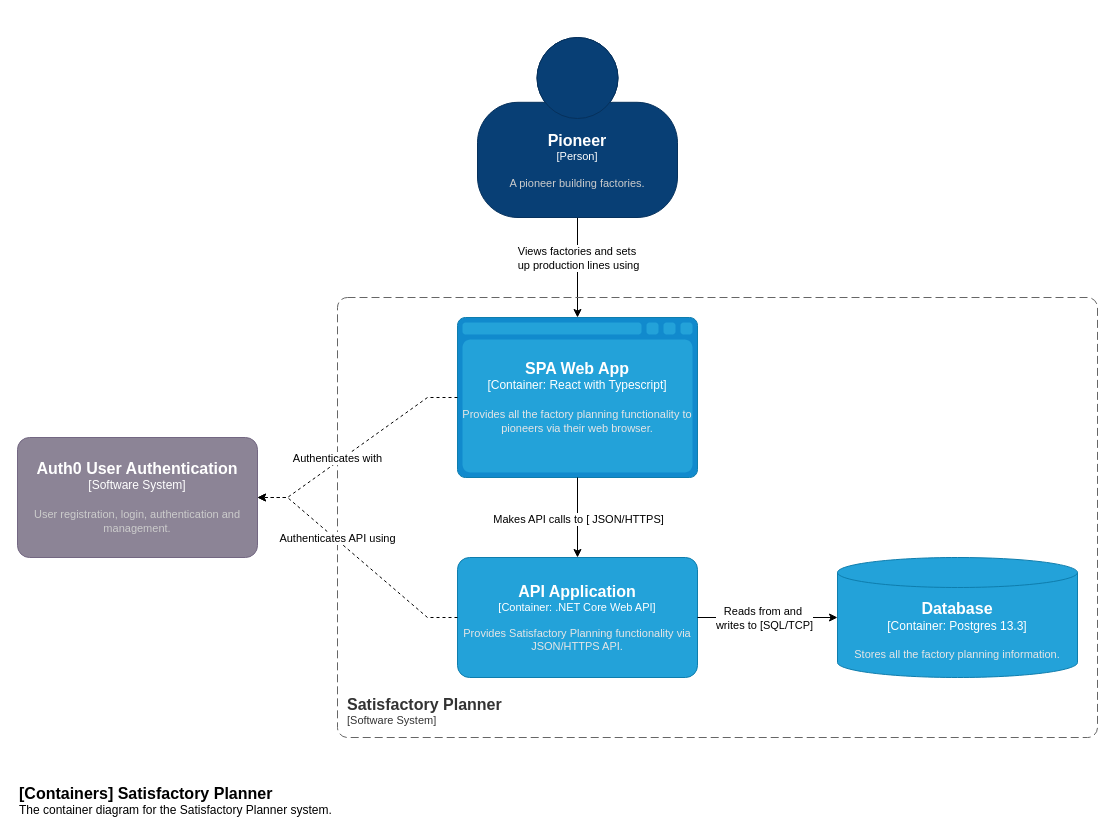
The draw.io diagram docs/C2 SatisfactoryPlannerContainer.drawio in Bwaffles/SatisfactoryPlanner, before the edit. Source tidied: cells renumbered, new cells numbered last; positions are measured from the earlier drawing's top-left corner, leaving out a move shared by most shapes. Both pictures are drawn from the tidied source at 100%, with x=0, y=0 at pixel (17, 37).
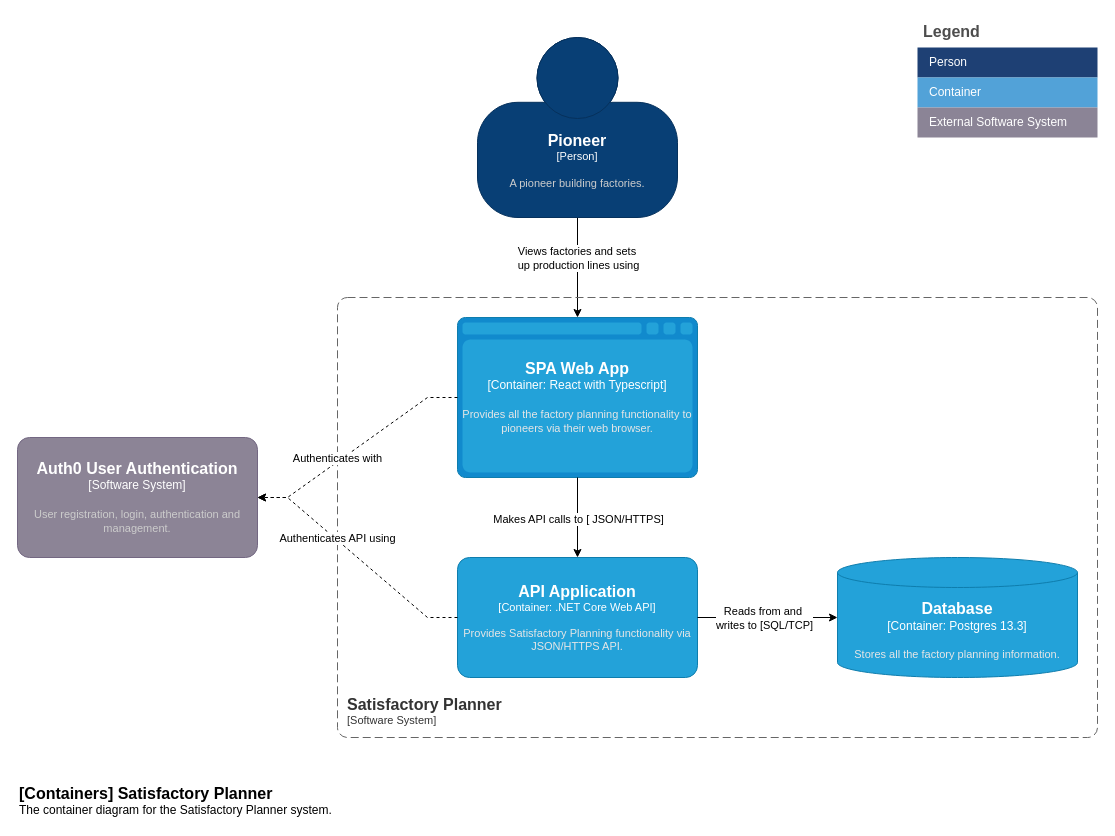
After the change.

What changed in the source:
```diff
@@
+    <mxCell id="19" value="Legend" style="shape=table;startSize=30;childLayout=tableLayout;fontSize=16;align=left;verticalAlign=top;fillColor=none;strokeColor=none;fontColor=#4D4D4D;fontStyle=1;spacingLeft=6;spacing=0;" parent="1" vertex="1">
+      <mxGeometry x="900" y="-20" width="180" height="120" as="geometry" />
+    </mxCell>
+    <mxCell id="20" style="shape=tableRow;horizontal=0;startSize=0;swimlaneHead=0;swimlaneBody=0;strokeColor=inherit;top=0;left=0;bottom=0;right=0;fillColor=none;fontSize=12;" parent="19" vertex="1">
+      <mxGeometry y="30" width="180" height="30" as="geometry" />
+    </mxCell>
+    <mxCell id="21" value="Person" style="shape=partialRectangle;html=1;whiteSpace=wrap;strokeColor=inherit;overflow=hidden;fillColor=#1E4074;top=0;left=0;bottom=0;right=0;fontSize=12;align=left;fontColor=#FFFFFF;gradientColor=none;spacingLeft=10;spacingRight=4;" parent="20" vertex="1">
+      <mxGeometry width="180" height="30" as="geometry" />
+    </mxCell>
+    <mxCell id="22" style="shape=tableRow;horizontal=0;startSize=0;swimlaneHead=0;swimlaneBody=0;strokeColor=inherit;top=0;left=0;bottom=0;right=0;fillColor=none;fontSize=12;" parent="19" vertex="1">
+      <mxGeometry y="60" width="180" height="30" as="geometry" />
+    </mxCell>
+    <mxCell id="23" value="Container" style="shape=partialRectangle;html=1;whiteSpace=wrap;strokeColor=inherit;overflow=hidden;fillColor=#52a2d8;top=0;left=0;bottom=0;right=0;fontSize=12;align=left;fontColor=#FFFFFF;gradientColor=none;spacingLeft=10;spacingRight=4;" parent="22" vertex="1">
+      <mxGeometry width="180" height="30" as="geometry" />
+    </mxCell>
+    <mxCell id="24" style="shape=tableRow;horizontal=0;startSize=0;swimlaneHead=0;swimlaneBody=0;strokeColor=inherit;top=0;left=0;bottom=0;right=0;fillColor=none;fontSize=12;" parent="19" vertex="1">
+      <mxGeometry y="90" width="180" height="30" as="geometry" />
+    </mxCell>
+    <mxCell id="25" value="External Software System" style="shape=partialRectangle;html=1;whiteSpace=wrap;strokeColor=inherit;overflow=hidden;fillColor=#8b8496;top=0;left=0;bottom=0;right=0;fontSize=12;align=left;fontColor=#FFFFFF;gradientColor=none;spacingLeft=10;spacingRight=4;" parent="24" vertex="1">
+      <mxGeometry width="180" height="30" as="geometry" />
+    </mxCell>
```
